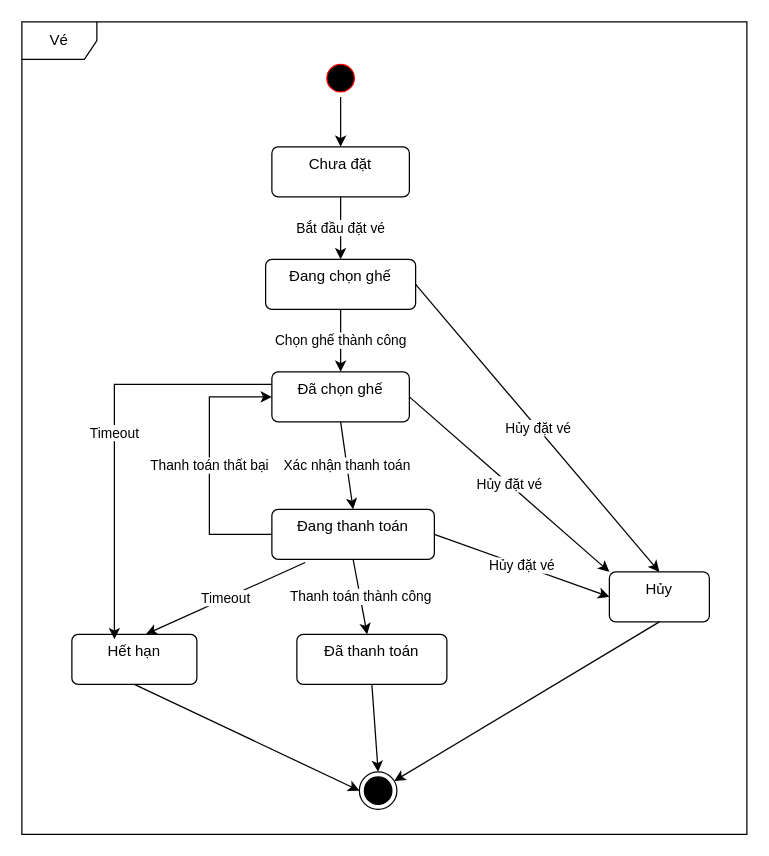
Before: State Machine Diagram/UC Quản Lý Vé/Vé.drawio.xml in dvhAoU1374/IT3120-PTTKHT, a draw.io diagram. Source tidied: cells renumbered, new cells numbered last; positions are measured from the earlier drawing's top-left corner, leaving out a move shared by most shapes. Both pictures are drawn from the tidied source at 125%, with x=0, y=0 at pixel (21, 21).
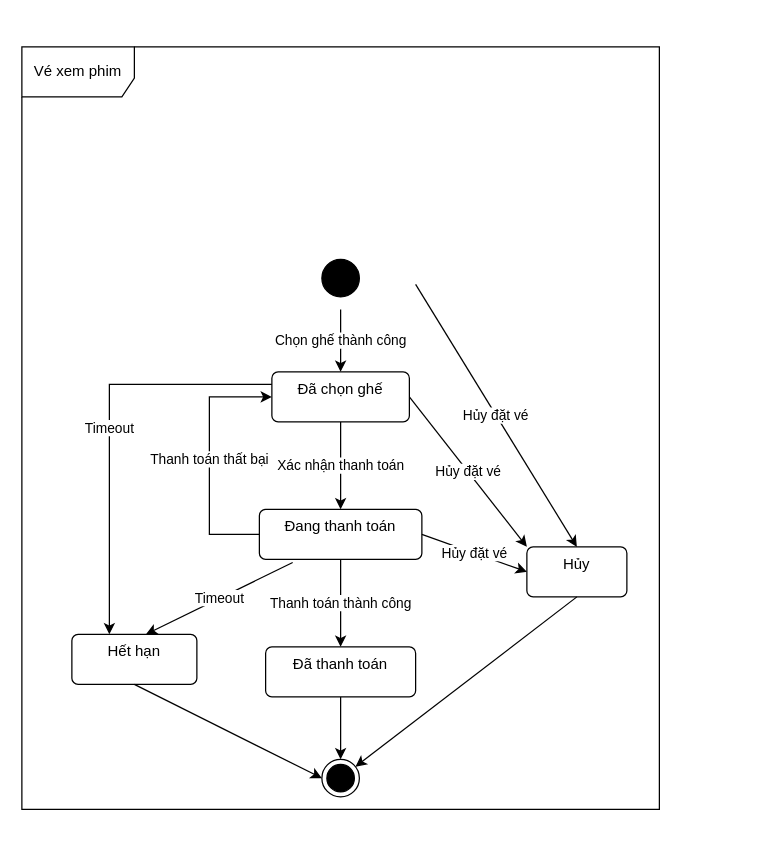
The same diagram, later.

The change refers to these unchanged cells:
```xml
<mxCell id="6" value="Đã chọn ghế" style="html=1;align=center;verticalAlign=top;rounded=1;absoluteArcSize=1;arcSize=10;dashed=0;whiteSpace=wrap;" parent="1" vertex="1">
  <mxGeometry x="200" y="280" width="110" height="40" as="geometry" />
</mxCell>
<mxCell id="10" value="Hết hạn" style="html=1;align=center;verticalAlign=top;rounded=1;absoluteArcSize=1;arcSize=10;dashed=0;whiteSpace=wrap;" parent="1" vertex="1">
  <mxGeometry x="40" y="490" width="100" height="40" as="geometry" />
</mxCell>
```

What changed in the source:
```diff
@@
     <mxCell id="2" style="ellipse;html=1;shape=endState;fillColor=strokeColor;" parent="1" vertex="1">
-      <mxGeometry x="270" y="600" width="30" height="30" as="geometry" />
+      <mxGeometry x="240" y="590" width="30" height="30" as="geometry" />
     </mxCell>
-    <mxCell id="3" style="ellipse;html=1;shape=startState;fillColor=#000000;strokeColor=#ff0000;" parent="1" vertex="1">
-      <mxGeometry x="240" y="30" width="30" height="30" as="geometry" />
-    </mxCell>
-    <mxCell id="4" value="Chưa đặt" style="html=1;align=center;verticalAlign=top;rounded=1;absoluteArcSize=1;arcSize=10;dashed=0;whiteSpace=wrap;" parent="1" vertex="1">
-      <mxGeometry x="200" y="100" width="110" height="40" as="geometry" />
-    </mxCell>
-    <mxCell id="5" value="Đang chọn ghế" style="html=1;align=center;verticalAlign=top;rounded=1;absoluteArcSize=1;arcSize=10;dashed=0;whiteSpace=wrap;" parent="1" vertex="1">
-      <mxGeometry x="195" y="190" width="120" height="40" as="geometry" />
-    </mxCell>
@@
     <mxCell id="7" value="Hủy" style="html=1;align=center;verticalAlign=top;rounded=1;absoluteArcSize=1;arcSize=10;dashed=0;whiteSpace=wrap;" parent="1" vertex="1">
-      <mxGeometry x="470" y="440" width="80" height="40" as="geometry" />
+      <mxGeometry x="404" y="420" width="80" height="40" as="geometry" />
     </mxCell>
     <mxCell id="8" value="Đang thanh toán" style="html=1;align=center;verticalAlign=top;rounded=1;absoluteArcSize=1;arcSize=10;dashed=0;whiteSpace=wrap;" parent="1" vertex="1">
-      <mxGeometry x="200" y="390" width="130" height="40" as="geometry" />
+      <mxGeometry x="190" y="390" width="130" height="40" as="geometry" />
     </mxCell>
     <mxCell id="9" value="Đã thanh toán" style="html=1;align=center;verticalAlign=top;rounded=1;absoluteArcSize=1;arcSize=10;dashed=0;whiteSpace=wrap;" parent="1" vertex="1">
-      <mxGeometry x="220" y="490" width="120" height="40" as="geometry" />
+      <mxGeometry x="195" y="500" width="120" height="40" as="geometry" />
     </mxCell>
@@
-    <mxCell id="11" style="endArrow=classic;html=1;rounded=0;exitX=0.5;exitY=1;exitDx=0;exitDy=0;entryX=0.5;entryY=0;entryDx=0;entryDy=0;" parent="1" edge="1" source="3" target="4">
-      <mxGeometry relative="1" as="geometry" />
-    </mxCell>
@@
-    <mxCell id="14" value="Bắt đầu đặt vé" style="endArrow=classic;html=1;rounded=0;exitX=0.5;exitY=1;exitDx=0;exitDy=0;entryX=0.5;entryY=0;entryDx=0;entryDy=0;" parent="1" edge="1" source="4" target="5">
-      <mxGeometry relative="1" as="geometry" />
-    </mxCell>
-    <mxCell id="15" value="Chọn ghế thành công" style="endArrow=classic;html=1;rounded=0;exitX=0.5;exitY=1;exitDx=0;exitDy=0;" parent="1" edge="1" source="5" target="6">
-      <mxGeometry relative="1" as="geometry" />
+    <mxCell id="15" value="Chọn ghế thành công" style="endArrow=classic;html=1;rounded=0;exitX=0.5;exitY=1;exitDx=0;exitDy=0;" parent="1" edge="1" target="6">
+      <mxGeometry relative="1" as="geometry">
+        <mxPoint x="255" y="230" as="sourcePoint" />
+      </mxGeometry>
     </mxCell>
-    <mxCell id="16" value="Hủy đặt vé" style="endArrow=classic;html=1;rounded=0;exitX=1;exitY=0.5;exitDx=0;exitDy=0;entryX=0.5;entryY=0;entryDx=0;entryDy=0;" parent="1" edge="1" source="5" target="7">
-      <mxGeometry relative="1" as="geometry" />
+    <mxCell id="16" value="Hủy đặt vé" style="endArrow=classic;html=1;rounded=0;exitX=1;exitY=0.5;exitDx=0;exitDy=0;entryX=0.5;entryY=0;entryDx=0;entryDy=0;" parent="1" edge="1" target="7">
+      <mxGeometry relative="1" as="geometry">
+        <mxPoint x="315" y="210" as="sourcePoint" />
+      </mxGeometry>
     </mxCell>
@@
-    <mxCell id="23" value="Timeout" style="endArrow=classic;html=1;rounded=0;exitX=0;exitY=0.25;exitDx=0;exitDy=0;entryX=0.34;entryY=0.096;entryDx=0;entryDy=0;entryPerimeter=0;" parent="1" edge="1" source="6" target="10">
+    <mxCell id="23" value="Timeout" style="endArrow=classic;html=1;rounded=0;exitX=0;exitY=0.25;exitDx=0;exitDy=0;" parent="1" edge="1" source="6">
       <mxGeometry relative="1" as="geometry">
+        <mxPoint x="70" y="490" as="targetPoint" />
         <Array as="points">
-          <mxPoint x="74" y="290" />
+          <mxPoint x="70" y="290" />
         </Array>
       </mxGeometry>
     </mxCell>
@@
-    <mxCell id="25" value="Vé" style="shape=umlFrame;whiteSpace=wrap;html=1;" parent="1" vertex="1">
-      <mxGeometry width="580" height="650" as="geometry" />
+    <mxCell id="25" value="Vé xem phim" style="shape=umlFrame;whiteSpace=wrap;html=1;width=90;height=40;" parent="1" vertex="1">
+      <mxGeometry y="20" width="510" height="610" as="geometry" />
     </mxCell>
+    <mxCell id="26" style="ellipse;fillColor=strokeColor;html=1;" parent="1" vertex="1">
+      <mxGeometry x="240" y="190" width="30" height="30" as="geometry" />
+    </mxCell>
```
